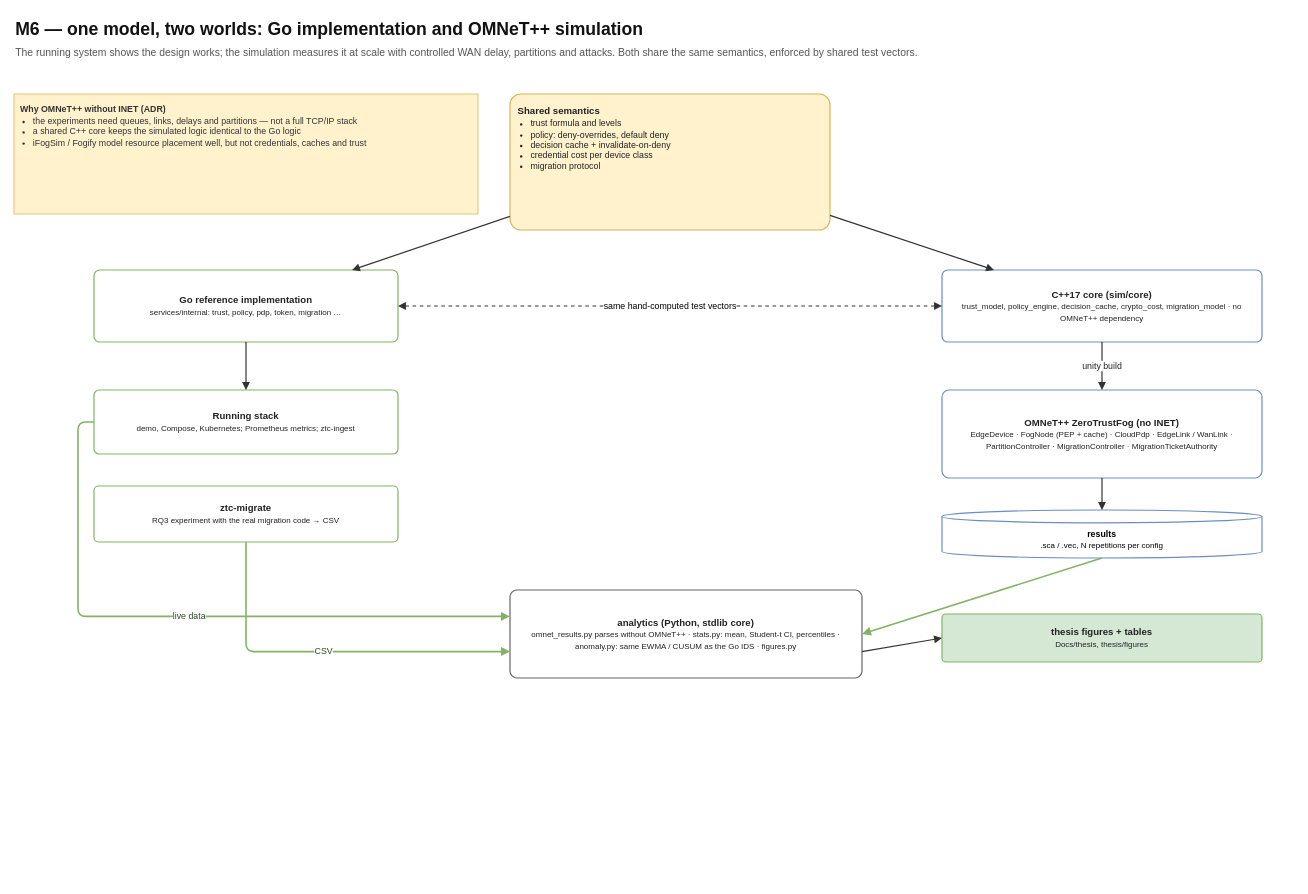
Above: page "One model, two worlds" (1 of 3) of Docs/diagrams/14-m6-simulation-evaluation.drawio in philipfleischer/zero-trust-continuum (draw.io), before the change. Source tidied: cells renumbered, new cells numbered last; positions are measured from the earlier drawing's top-left corner, leaving out a move shared by most shapes. Both pictures are drawn from the tidied source at 80%, with x=0, y=0 at pixel (14, 14).
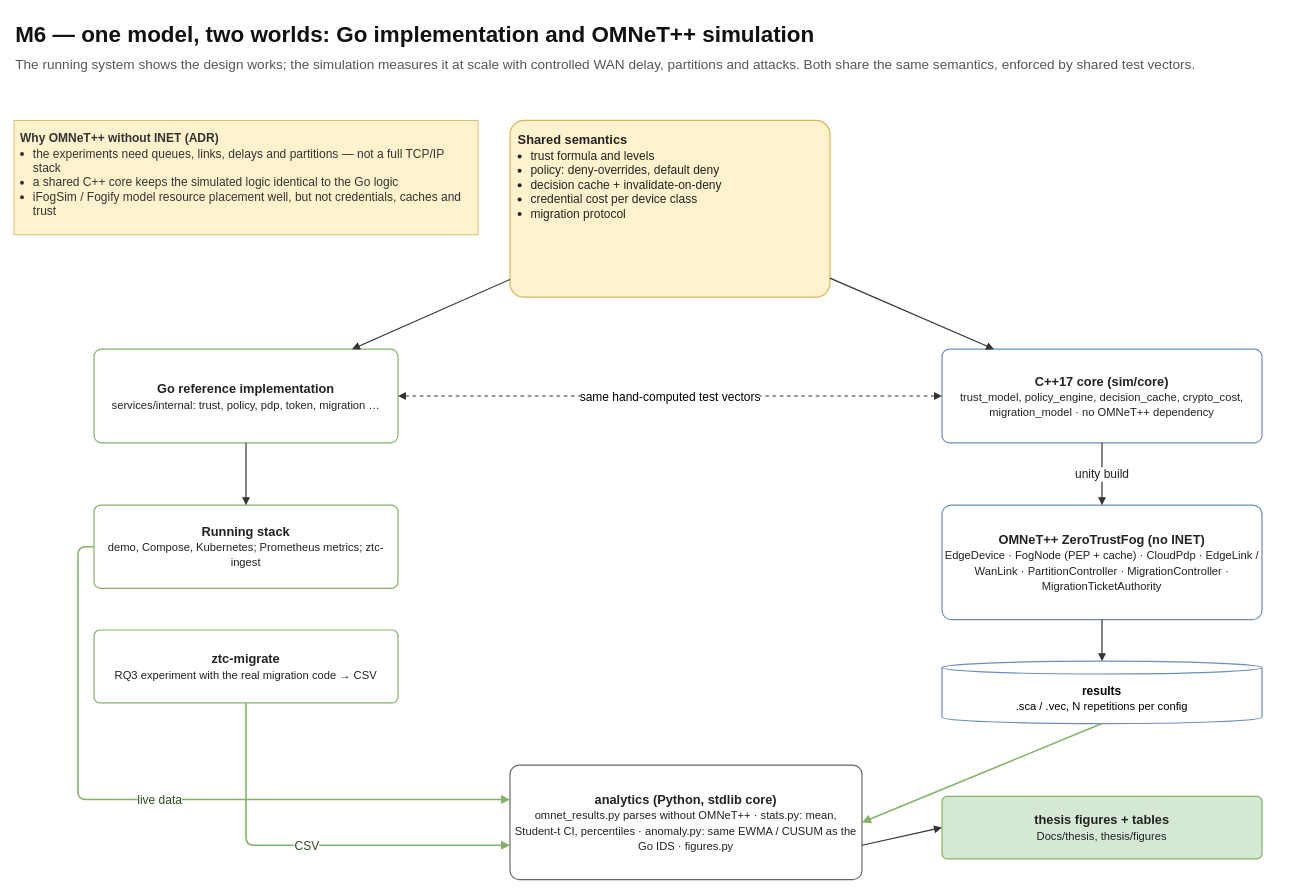
After the change.

Diff of the diagram source:
```diff
@@
-    <mxCell id="2" value="M6 — one model, two worlds: Go implementation and OMNeT++ simulation" style="whiteSpace=wrap;html=1;fontFamily=Helvetica;text;align=left;verticalAlign=top;fontSize=22;fontStyle=1;fontColor=#111111;" parent="1" vertex="1">
-      <mxGeometry width="1600" height="32" as="geometry" />
+    <mxCell id="2" value="M6 — one model, two worlds: Go implementation and OMNeT++ simulation" style="whiteSpace=wrap;html=1;fontFamily=Helvetica;text;align=left;verticalAlign=top;fontSize=28;fontStyle=1;fontColor=#111111;" parent="1" vertex="1">
+      <mxGeometry y="3" width="1600" height="41.6" as="geometry" />
     </mxCell>
-    <mxCell id="3" value="The running system shows the design works; the simulation measures it at scale with controlled WAN delay, partitions and attacks. Both share the same semantics, enforced by shared test vectors." style="whiteSpace=wrap;html=1;fontFamily=Helvetica;text;align=left;verticalAlign=top;fontSize=13;fontColor=#555555;" parent="1" vertex="1">
-      <mxGeometry y="34" width="1600" height="34" as="geometry" />
+    <mxCell id="3" value="The running system shows the design works; the simulation measures it at scale with controlled WAN delay, partitions and attacks. Both share the same semantics, enforced by shared test vectors." style="whiteSpace=wrap;html=1;fontFamily=Helvetica;text;align=left;verticalAlign=top;fontSize=17;fontColor=#555555;" parent="1" vertex="1">
+      <mxGeometry y="47.2" width="1600" height="44.2" as="geometry" />
     </mxCell>
-    <mxCell id="4" value="&lt;b&gt;Shared semantics&lt;/b&gt;&lt;ul style=&quot;margin:2px 0 0 0;padding-left:16px;font-size:11px&quot;&gt;&lt;li&gt;trust formula and levels&lt;/li&gt;&lt;li&gt;policy: deny-overrides, default deny&lt;/li&gt;&lt;li&gt;decision cache + invalidate-on-deny&lt;/li&gt;&lt;li&gt;credential cost per device class&lt;/li&gt;&lt;li&gt;migration protocol&lt;/li&gt;&lt;/ul&gt;" style="whiteSpace=wrap;html=1;fontFamily=Helvetica;rounded=1;arcSize=8;fillColor=#fff2cc;strokeColor=#d6b656;strokeWidth=1.5;fontSize=12;fontColor=#222222;spacing=4;align=left;verticalAlign=top;spacing=10;" parent="1" vertex="1">
-      <mxGeometry x="620" y="100" width="400" height="170" as="geometry" />
+    <mxCell id="4" value="&lt;b&gt;Shared semantics&lt;/b&gt;&lt;ul style=&quot;margin:2px 0 0 0;padding-left:16px;font-size:15px&quot;&gt;&lt;li&gt;trust formula and levels&lt;/li&gt;&lt;li&gt;policy: deny-overrides, default deny&lt;/li&gt;&lt;li&gt;decision cache + invalidate-on-deny&lt;/li&gt;&lt;li&gt;credential cost per device class&lt;/li&gt;&lt;li&gt;migration protocol&lt;/li&gt;&lt;/ul&gt;" style="whiteSpace=wrap;html=1;fontFamily=Helvetica;rounded=1;arcSize=8;fillColor=#fff2cc;strokeColor=#d6b656;strokeWidth=1.5;fontSize=16;fontColor=#222222;spacing=4;align=left;verticalAlign=top;spacing=10;" parent="1" vertex="1">
+      <mxGeometry x="620" y="133" width="400" height="221" as="geometry" />
     </mxCell>
-    <mxCell id="5" value="&lt;b&gt;Go reference implementation&lt;/b&gt;&lt;br&gt;&lt;span style=&quot;font-size:10px&quot;&gt;services/internal: trust, policy, pdp, token, migration …&lt;/span&gt;" style="whiteSpace=wrap;html=1;fontFamily=Helvetica;rounded=1;arcSize=8;fillColor=#ffffff;strokeColor=#82b366;strokeWidth=1.5;fontSize=12;fontColor=#222222;verticalAlign=middle;spacing=4;" parent="1" vertex="1">
-      <mxGeometry x="100" y="320" width="380" height="90" as="geometry" />
+    <mxCell id="5" value="&lt;b&gt;Go reference implementation&lt;/b&gt;&lt;br&gt;&lt;span style=&quot;font-size:14px&quot;&gt;services/internal: trust, policy, pdp, token, migration …&lt;/span&gt;" style="whiteSpace=wrap;html=1;fontFamily=Helvetica;rounded=1;arcSize=8;fillColor=#ffffff;strokeColor=#82b366;strokeWidth=1.5;fontSize=16;fontColor=#222222;verticalAlign=middle;spacing=4;" parent="1" vertex="1">
+      <mxGeometry x="100" y="419" width="380" height="117" as="geometry" />
     </mxCell>
-    <mxCell id="6" value="&lt;b&gt;C++17 core (sim/core)&lt;/b&gt;&lt;br&gt;&lt;span style=&quot;font-size:10px&quot;&gt;trust_model, policy_engine, decision_cache, crypto_cost, migration_model · no OMNeT++ dependency&lt;/span&gt;" style="whiteSpace=wrap;html=1;fontFamily=Helvetica;rounded=1;arcSize=8;fillColor=#ffffff;strokeColor=#6c8ebf;strokeWidth=1.5;fontSize=12;fontColor=#222222;verticalAlign=middle;spacing=4;" parent="1" vertex="1">
-      <mxGeometry x="1160" y="320" width="400" height="90" as="geometry" />
+    <mxCell id="6" value="&lt;b&gt;C++17 core (sim/core)&lt;/b&gt;&lt;br&gt;&lt;span style=&quot;font-size:14px&quot;&gt;trust_model, policy_engine, decision_cache, crypto_cost, migration_model · no OMNeT++ dependency&lt;/span&gt;" style="whiteSpace=wrap;html=1;fontFamily=Helvetica;rounded=1;arcSize=8;fillColor=#ffffff;strokeColor=#6c8ebf;strokeWidth=1.5;fontSize=16;fontColor=#222222;verticalAlign=middle;spacing=4;" parent="1" vertex="1">
+      <mxGeometry x="1160" y="419" width="400" height="117" as="geometry" />
     </mxCell>
-    <mxCell id="7" style="html=1;endArrow=block;endFill=1;strokeWidth=1.5;fontSize=11;labelBackgroundColor=#ffffff;fontFamily=Helvetica;strokeColor=#333333;fontColor=#222222;" parent="1" edge="1" source="4" target="5">
+    <mxCell id="7" style="html=1;endArrow=block;endFill=1;strokeWidth=1.5;fontSize=15;labelBackgroundColor=#ffffff;fontFamily=Helvetica;strokeColor=#333333;fontColor=#222222;" parent="1" edge="1" source="4" target="5">
       <mxGeometry relative="1" as="geometry" />
     </mxCell>
-    <mxCell id="8" style="html=1;endArrow=block;endFill=1;strokeWidth=1.5;fontSize=11;labelBackgroundColor=#ffffff;fontFamily=Helvetica;strokeColor=#333333;fontColor=#222222;" parent="1" edge="1" source="4" target="6">
+    <mxCell id="8" style="html=1;endArrow=block;endFill=1;strokeWidth=1.5;fontSize=15;labelBackgroundColor=#ffffff;fontFamily=Helvetica;strokeColor=#333333;fontColor=#222222;" parent="1" edge="1" source="4" target="6">
       <mxGeometry relative="1" as="geometry" />
     </mxCell>
-    <mxCell id="9" value="same hand-computed test vectors" style="edgeStyle=orthogonalEdgeStyle;rounded=1;jettySize=auto;html=1;endArrow=block;endFill=1;strokeWidth=1.5;fontSize=11;labelBackgroundColor=#ffffff;fontFamily=Helvetica;strokeColor=#333333;startArrow=block;startFill=1;dashed=1;" parent="1" edge="1" source="5" target="6">
+    <mxCell id="9" value="same hand-computed test vectors" style="edgeStyle=orthogonalEdgeStyle;rounded=1;jettySize=auto;html=1;endArrow=block;endFill=1;strokeWidth=1.5;fontSize=15;labelBackgroundColor=#ffffff;fontFamily=Helvetica;strokeColor=#333333;startArrow=block;startFill=1;dashed=1;" parent="1" edge="1" source="5" target="6">
       <mxGeometry relative="1" as="geometry" />
     </mxCell>
-    <mxCell id="10" value="&lt;b&gt;Running stack&lt;/b&gt;&lt;br&gt;&lt;span style=&quot;font-size:10px&quot;&gt;demo, Compose, Kubernetes; Prometheus metrics; ztc-ingest&lt;/span&gt;" style="whiteSpace=wrap;html=1;fontFamily=Helvetica;rounded=1;arcSize=8;fillColor=#ffffff;strokeColor=#82b366;strokeWidth=1.5;fontSize=12;fontColor=#222222;verticalAlign=middle;spacing=4;" parent="1" vertex="1">
-      <mxGeometry x="100" y="470" width="380" height="80" as="geometry" />
+    <mxCell id="10" value="&lt;b&gt;Running stack&lt;/b&gt;&lt;br&gt;&lt;span style=&quot;font-size:14px&quot;&gt;demo, Compose, Kubernetes; Prometheus metrics; ztc-ingest&lt;/span&gt;" style="whiteSpace=wrap;html=1;fontFamily=Helvetica;rounded=1;arcSize=8;fillColor=#ffffff;strokeColor=#82b366;strokeWidth=1.5;fontSize=16;fontColor=#222222;verticalAlign=middle;spacing=4;" parent="1" vertex="1">
+      <mxGeometry x="100" y="614" width="380" height="104" as="geometry" />
     </mxCell>
-    <mxCell id="11" value="&lt;b&gt;ztc-migrate&lt;/b&gt;&lt;br&gt;&lt;span style=&quot;font-size:10px&quot;&gt;RQ3 experiment with the real migration code → CSV&lt;/span&gt;" style="whiteSpace=wrap;html=1;fontFamily=Helvetica;rounded=1;arcSize=8;fillColor=#ffffff;strokeColor=#82b366;strokeWidth=1.5;fontSize=12;fontColor=#222222;verticalAlign=middle;spacing=4;" parent="1" vertex="1">
-      <mxGeometry x="100" y="590" width="380" height="70" as="geometry" />
+    <mxCell id="11" value="&lt;b&gt;ztc-migrate&lt;/b&gt;&lt;br&gt;&lt;span style=&quot;font-size:14px&quot;&gt;RQ3 experiment with the real migration code → CSV&lt;/span&gt;" style="whiteSpace=wrap;html=1;fontFamily=Helvetica;rounded=1;arcSize=8;fillColor=#ffffff;strokeColor=#82b366;strokeWidth=1.5;fontSize=16;fontColor=#222222;verticalAlign=middle;spacing=4;" parent="1" vertex="1">
+      <mxGeometry x="100" y="770" width="380" height="91" as="geometry" />
     </mxCell>
-    <mxCell id="12" value="&lt;b&gt;OMNeT++ ZeroTrustFog (no INET)&lt;/b&gt;&lt;br&gt;&lt;span style=&quot;font-size:10px&quot;&gt;EdgeDevice · FogNode (PEP + cache) · CloudPdp · EdgeLink / WanLink · PartitionController · MigrationController · MigrationTicketAuthority&lt;/span&gt;" style="whiteSpace=wrap;html=1;fontFamily=Helvetica;rounded=1;arcSize=8;fillColor=#ffffff;strokeColor=#6c8ebf;strokeWidth=1.5;fontSize=12;fontColor=#222222;verticalAlign=middle;spacing=4;" parent="1" vertex="1">
-      <mxGeometry x="1160" y="470" width="400" height="110" as="geometry" />
+    <mxCell id="12" value="&lt;b&gt;OMNeT++ ZeroTrustFog (no INET)&lt;/b&gt;&lt;br&gt;&lt;span style=&quot;font-size:14px&quot;&gt;EdgeDevice · FogNode (PEP + cache) · CloudPdp · EdgeLink / WanLink · PartitionController · MigrationController · MigrationTicketAuthority&lt;/span&gt;" style="whiteSpace=wrap;html=1;fontFamily=Helvetica;rounded=1;arcSize=8;fillColor=#ffffff;strokeColor=#6c8ebf;strokeWidth=1.5;fontSize=16;fontColor=#222222;verticalAlign=middle;spacing=4;" parent="1" vertex="1">
+      <mxGeometry x="1160" y="614" width="400" height="143" as="geometry" />
     </mxCell>
-    <mxCell id="13" value="&lt;b&gt;results&lt;/b&gt;&lt;br&gt;&lt;span style=&quot;font-size:10px&quot;&gt;.sca / .vec, N repetitions per config&lt;/span&gt;" style="whiteSpace=wrap;html=1;fontFamily=Helvetica;shape=cylinder3;boundedLbl=1;backgroundOutline=1;size=8;fillColor=#ffffff;strokeColor=#6c8ebf;strokeWidth=1.5;fontSize=11;" parent="1" vertex="1">
-      <mxGeometry x="1160" y="620" width="400" height="60" as="geometry" />
+    <mxCell id="13" value="&lt;b&gt;results&lt;/b&gt;&lt;br&gt;&lt;span style=&quot;font-size:14px&quot;&gt;.sca / .vec, N repetitions per config&lt;/span&gt;" style="whiteSpace=wrap;html=1;fontFamily=Helvetica;shape=cylinder3;boundedLbl=1;backgroundOutline=1;size=8;fillColor=#ffffff;strokeColor=#6c8ebf;strokeWidth=1.5;fontSize=15;" parent="1" vertex="1">
+      <mxGeometry x="1160" y="809" width="400" height="78" as="geometry" />
     </mxCell>
-    <mxCell id="14" style="html=1;endArrow=block;endFill=1;strokeWidth=1.5;fontSize=11;labelBackgroundColor=#ffffff;fontFamily=Helvetica;strokeColor=#333333;fontColor=#222222;" parent="1" edge="1" source="5" target="10">
+    <mxCell id="14" style="html=1;endArrow=block;endFill=1;strokeWidth=1.5;fontSize=15;labelBackgroundColor=#ffffff;fontFamily=Helvetica;strokeColor=#333333;fontColor=#222222;" parent="1" edge="1" source="5" target="10">
       <mxGeometry relative="1" as="geometry" />
     </mxCell>
-    <mxCell id="15" value="unity build" style="html=1;endArrow=block;endFill=1;strokeWidth=1.5;fontSize=11;labelBackgroundColor=#ffffff;fontFamily=Helvetica;strokeColor=#333333;fontColor=#222222;" parent="1" edge="1" source="6" target="12">
+    <mxCell id="15" value="unity build" style="html=1;endArrow=block;endFill=1;strokeWidth=1.5;fontSize=15;labelBackgroundColor=#ffffff;fontFamily=Helvetica;strokeColor=#333333;fontColor=#222222;" parent="1" edge="1" source="6" target="12">
       <mxGeometry relative="1" as="geometry" />
     </mxCell>
-    <mxCell id="16" style="html=1;endArrow=block;endFill=1;strokeWidth=1.5;fontSize=11;labelBackgroundColor=#ffffff;fontFamily=Helvetica;strokeColor=#333333;fontColor=#222222;" parent="1" edge="1" source="12" target="13">
+    <mxCell id="16" style="html=1;endArrow=block;endFill=1;strokeWidth=1.5;fontSize=15;labelBackgroundColor=#ffffff;fontFamily=Helvetica;strokeColor=#333333;fontColor=#222222;" parent="1" edge="1" source="12" target="13">
       <mxGeometry relative="1" as="geometry" />
     </mxCell>
-    <mxCell id="17" value="&lt;b&gt;analytics (Python, stdlib core)&lt;/b&gt;&lt;br&gt;&lt;span style=&quot;font-size:10px&quot;&gt;omnet_results.py parses without OMNeT++ · stats.py: mean, Student-t CI, percentiles · anomaly.py: same EWMA / CUSUM as the Go IDS · figures.py&lt;/span&gt;" style="whiteSpace=wrap;html=1;fontFamily=Helvetica;rounded=1;arcSize=8;fillColor=#ffffff;strokeColor=#666666;strokeWidth=1.5;fontSize=12;fontColor=#222222;verticalAlign=middle;spacing=4;" parent="1" vertex="1">
-      <mxGeometry x="620" y="720" width="440" height="110" as="geometry" />
+    <mxCell id="17" value="&lt;b&gt;analytics (Python, stdlib core)&lt;/b&gt;&lt;br&gt;&lt;span style=&quot;font-size:14px&quot;&gt;omnet_results.py parses without OMNeT++ · stats.py: mean, Student-t CI, percentiles · anomaly.py: same EWMA / CUSUM as the Go IDS · figures.py&lt;/span&gt;" style="whiteSpace=wrap;html=1;fontFamily=Helvetica;rounded=1;arcSize=8;fillColor=#ffffff;strokeColor=#666666;strokeWidth=1.5;fontSize=16;fontColor=#222222;verticalAlign=middle;spacing=4;" parent="1" vertex="1">
+      <mxGeometry x="620" y="939" width="440" height="143" as="geometry" />
     </mxCell>
-    <mxCell id="18" style="html=1;endArrow=block;endFill=1;strokeWidth=1.5;fontSize=11;labelBackgroundColor=#ffffff;fontFamily=Helvetica;strokeColor=#82b366;fontColor=#2d4d1f;strokeWidth=2;exitX=0.5;exitY=1;exitDx=0;exitDy=0;entryX=1;entryY=0.5;entryDx=0;entryDy=0;" parent="1" edge="1" source="13" target="17">
+    <mxCell id="18" style="html=1;endArrow=block;endFill=1;strokeWidth=1.5;fontSize=15;labelBackgroundColor=#ffffff;fontFamily=Helvetica;strokeColor=#82b366;fontColor=#2d4d1f;strokeWidth=2;exitX=0.5;exitY=1;exitDx=0;exitDy=0;entryX=1;entryY=0.5;entryDx=0;entryDy=0;" parent="1" edge="1" source="13" target="17">
       <mxGeometry relative="1" as="geometry" />
     </mxCell>
-    <mxCell id="19" value="live data" style="html=1;endArrow=block;endFill=1;strokeWidth=1.5;fontSize=11;labelBackgroundColor=#ffffff;fontFamily=Helvetica;strokeColor=#82b366;fontColor=#2d4d1f;strokeWidth=2;exitX=0;exitY=0.5;exitDx=0;exitDy=0;entryX=0;entryY=0.3;entryDx=0;entryDy=0;" parent="1" edge="1" source="10" target="17">
+    <mxCell id="19" value="live data" style="html=1;endArrow=block;endFill=1;strokeWidth=1.5;fontSize=15;labelBackgroundColor=#ffffff;fontFamily=Helvetica;strokeColor=#82b366;fontColor=#2d4d1f;strokeWidth=2;exitX=0;exitY=0.5;exitDx=0;exitDy=0;entryX=0;entryY=0.3;entryDx=0;entryDy=0;" parent="1" edge="1" source="10" target="17">
       <mxGeometry relative="1" as="geometry">
         <Array as="points">
-          <mxPoint x="80" y="510" />
-          <mxPoint x="80" y="753" />
+          <mxPoint x="80" y="666" />
+          <mxPoint x="80" y="981.9" />
         </Array>
       </mxGeometry>
     </mxCell>
-    <mxCell id="20" value="CSV" style="html=1;endArrow=block;endFill=1;strokeWidth=1.5;fontSize=11;labelBackgroundColor=#ffffff;fontFamily=Helvetica;strokeColor=#82b366;fontColor=#2d4d1f;strokeWidth=2;exitX=0.5;exitY=1;exitDx=0;exitDy=0;entryX=0;entryY=0.7;entryDx=0;entryDy=0;" parent="1" edge="1" source="11" target="17">
+    <mxCell id="20" value="CSV" style="html=1;endArrow=block;endFill=1;strokeWidth=1.5;fontSize=15;labelBackgroundColor=#ffffff;fontFamily=Helvetica;strokeColor=#82b366;fontColor=#2d4d1f;strokeWidth=2;exitX=0.5;exitY=1;exitDx=0;exitDy=0;entryX=0;entryY=0.7;entryDx=0;entryDy=0;" parent="1" edge="1" source="11" target="17">
       <mxGeometry relative="1" as="geometry">
         <Array as="points">
-          <mxPoint x="290" y="797" />
+          <mxPoint x="290" y="1039.1" />
         </Array>
       </mxGeometry>
     </mxCell>
-    <mxCell id="21" value="&lt;b&gt;thesis figures + tables&lt;/b&gt;&lt;br&gt;&lt;span style=&quot;font-size:10px&quot;&gt;Docs/thesis, thesis/figures&lt;/span&gt;" style="whiteSpace=wrap;html=1;fontFamily=Helvetica;rounded=1;arcSize=8;fillColor=#d5e8d4;strokeColor=#82b366;strokeWidth=1.5;fontSize=12;fontColor=#222222;spacing=4;" parent="1" vertex="1">
-      <mxGeometry x="1160" y="750" width="400" height="60" as="geometry" />
+    <mxCell id="21" value="&lt;b&gt;thesis figures + tables&lt;/b&gt;&lt;br&gt;&lt;span style=&quot;font-size:14px&quot;&gt;Docs/thesis, thesis/figures&lt;/span&gt;" style="whiteSpace=wrap;html=1;fontFamily=Helvetica;rounded=1;arcSize=8;fillColor=#d5e8d4;strokeColor=#82b366;strokeWidth=1.5;fontSize=16;fontColor=#222222;spacing=4;" parent="1" vertex="1">
+      <mxGeometry x="1160" y="978" width="400" height="78" as="geometry" />
     </mxCell>
-    <mxCell id="22" style="html=1;endArrow=block;endFill=1;strokeWidth=1.5;fontSize=11;labelBackgroundColor=#ffffff;fontFamily=Helvetica;strokeColor=#333333;fontColor=#222222;exitX=1;exitY=0.7;exitDx=0;exitDy=0;entryX=0;entryY=0.5;entryDx=0;entryDy=0;" parent="1" edge="1" source="17" target="21">
+    <mxCell id="22" style="html=1;endArrow=block;endFill=1;strokeWidth=1.5;fontSize=15;labelBackgroundColor=#ffffff;fontFamily=Helvetica;strokeColor=#333333;fontColor=#222222;exitX=1;exitY=0.7;exitDx=0;exitDy=0;entryX=0;entryY=0.5;entryDx=0;entryDy=0;" parent="1" edge="1" source="17" target="21">
       <mxGeometry relative="1" as="geometry" />
     </mxCell>
-    <mxCell id="23" value="&lt;b&gt;Why OMNeT++ without INET (ADR)&lt;/b&gt;&lt;ul style=&quot;margin:2px 0 0 0;padding-left:16px;font-size:11px&quot;&gt;&lt;li&gt;the experiments need queues, links, delays and partitions — not a full TCP/IP stack&lt;/li&gt;&lt;li&gt;a shared C++ core keeps the simulated logic identical to the Go logic&lt;/li&gt;&lt;li&gt;iFogSim / Fogify model resource placement well, but not credentials, caches and trust&lt;/li&gt;&lt;/ul&gt;" style="whiteSpace=wrap;html=1;fontFamily=Helvetica;rounded=0;fillColor=#fff2cc;strokeColor=#d6b656;align=left;verticalAlign=top;spacing=8;fontSize=11;fontColor=#333333;" parent="1" vertex="1">
-      <mxGeometry y="100" width="580" height="150" as="geometry" />
+    <mxCell id="23" value="&lt;b&gt;Why OMNeT++ without INET (ADR)&lt;/b&gt;&lt;ul style=&quot;margin:2px 0 0 0;padding-left:16px;font-size:15px&quot;&gt;&lt;li&gt;the experiments need queues, links, delays and partitions — not a full TCP/IP stack&lt;/li&gt;&lt;li&gt;a shared C++ core keeps the simulated logic identical to the Go logic&lt;/li&gt;&lt;li&gt;iFogSim / Fogify model resource placement well, but not credentials, caches and trust&lt;/li&gt;&lt;/ul&gt;" style="whiteSpace=wrap;html=1;fontFamily=Helvetica;rounded=0;fillColor=#fff2cc;strokeColor=#d6b656;align=left;verticalAlign=top;spacing=8;fontSize=15;fontColor=#333333;" parent="1" vertex="1">
+      <mxGeometry y="133" width="580" height="143" as="geometry" />
     </mxCell>
```
